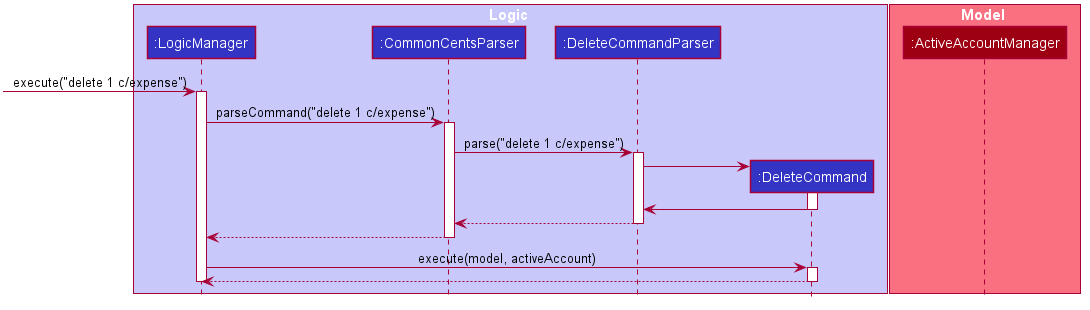
Earlier version of the PlantUML export docs/images/DeleteSequenceDiagram.png (nus-cs2103-AY2021S1/tp).
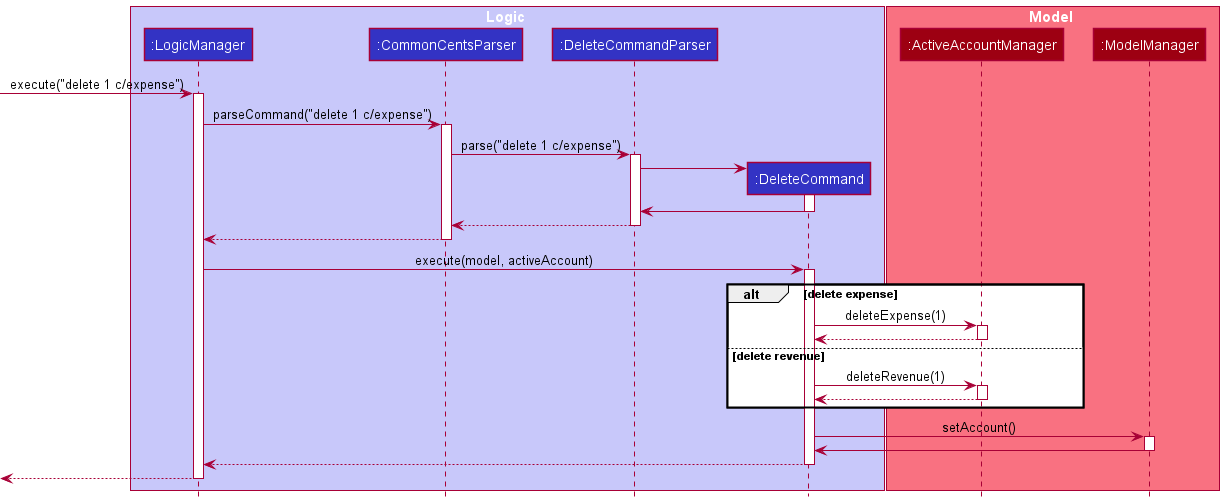
After the change.

The edit, as a diff of the source:
```diff
@@ -1,63 +1,16 @@
 @startuml
+!include style.puml
 
-
-
-
-
-
-
-
-
-skinparam BackgroundColor #FFFFFFF
-
-skinparam Shadowing false
-
-skinparam Class {
-    FontColor #FFFFFF
-    BorderThickness 1
-    BorderColor #FFFFFF
-    StereotypeFontColor #FFFFFF
-    FontName Arial
-}
-
-skinparam Actor {
-    BorderColor #000000
-    Color #000000
-    FontName Arial
-}
-
-skinparam Sequence {
-    MessageAlign center
-    BoxFontSize 15
-    BoxPadding 0
-    BoxFontColor #FFFFFF
-    FontName Arial
-}
-
-skinparam Participant {
-    FontColor #FFFFFFF
-    Padding 20
-}
-
-skinparam MinClassWidth 50
-skinparam ParticipantPadding 10
-skinparam Shadowing false
-skinparam DefaultTextAlignment center
-skinparam packageStyle Rectangle
-
-hide footbox
-hide members
-hide circle
-
-box Logic #C8C8FA
-participant ":LogicManager" as LogicManager #3333C4
-participant ":CommonCentsParser" as CommonCentsParser #3333C4
-participant ":DeleteCommandParser" as DeleteCommandParser #3333C4
-participant ":DeleteCommand" as DeleteCommand #3333C4
+box Logic LOGIC_COLOR_T1
+participant ":LogicManager" as LogicManager LOGIC_COLOR
+participant ":CommonCentsParser" as CommonCentsParser LOGIC_COLOR
+participant ":DeleteCommandParser" as DeleteCommandParser LOGIC_COLOR
+participant ":DeleteCommand" as DeleteCommand LOGIC_COLOR
 end box
 
-box Model #F97181
-participant ":ActiveAccountManager" as ActiveAccount #9D0012
+box Model MODEL_COLOR_T1
+participant ":ActiveAccountManager" as ActiveAccount MODEL_COLOR
+participant ":ModelManager" as Model MODEL_COLOR
 end box
 
 [-> LogicManager : execute("delete 1 c/expense")
@@ -85,8 +38,28 @@
 LogicManager -> DeleteCommand: execute(model, activeAccount)
 activate DeleteCommand
 
+alt delete expense
+DeleteCommand -> ActiveAccount: deleteExpense(1)
+activate ActiveAccount
+
+ActiveAccount --> DeleteCommand
+deactivate ActiveAccount
+else delete revenue
+DeleteCommand -> ActiveAccount: deleteRevenue(1)
+activate ActiveAccount
+ActiveAccount --> DeleteCommand
+deactivate ActiveAccount
+end
+
+DeleteCommand -> Model: setAccount()
+activate Model
+
+Model -> DeleteCommand
+deactivate Model
+
 DeleteCommand --> LogicManager
 deactivate DeleteCommand
 
+[<--LogicManager
 deactivate LogicManager
 @enduml
```
